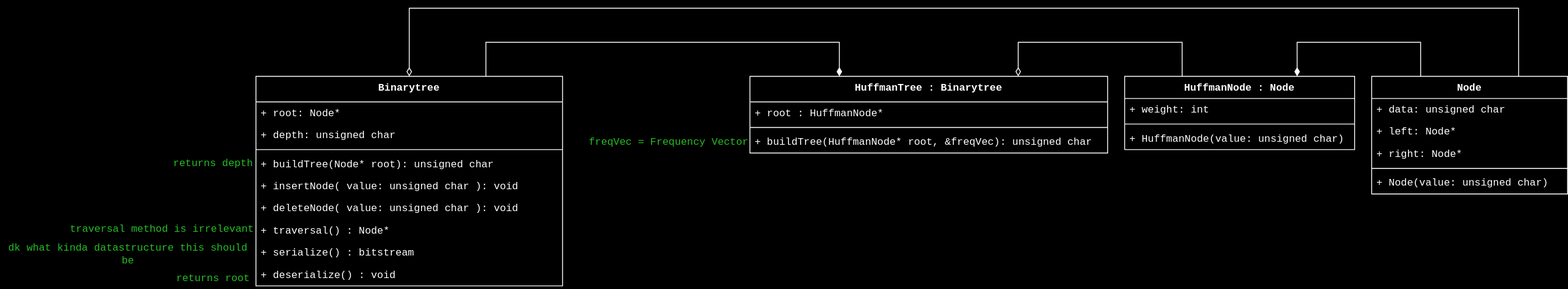
The draw.io diagram documentation/uml1.svg in sodamachinebroke/slidingWindowTutorial, before a commit. Source tidied: cells renumbered, new cells last; positions are measured from the earlier drawing's top-left corner, leaving out a move shared by most shapes.
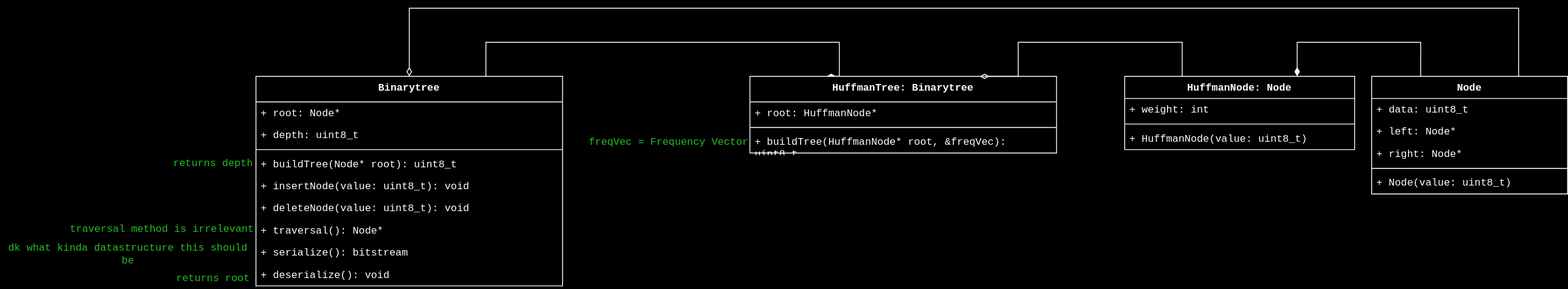
The same file after the commit.

Diff of the diagram source:
```diff
@@ -21,7 +21,7 @@
     <mxCell id="4" value="Node" style="swimlane;fontStyle=1;align=center;verticalAlign=top;horizontal=1;startSize=26;whiteSpace=wrap;html=1;rounded=0;spacingLeft=4;spacingRight=4;fontFamily=Courier New;fontSize=12;" parent="1" vertex="1">
       <mxGeometry x="1610" y="80" width="230" height="138" as="geometry" />
     </mxCell>
-    <mxCell id="5" value="&lt;div&gt;+ data: unsigned char&lt;/div&gt;" style="text;strokeColor=none;fillColor=none;align=left;verticalAlign=top;spacingLeft=4;spacingRight=4;overflow=hidden;whiteSpace=wrap;html=1;fontFamily=Courier New;fontSize=12;fontColor=default;" parent="4" vertex="1">
+    <mxCell id="5" value="&lt;div&gt;+ data: uint8_t&lt;/div&gt;" style="text;strokeColor=none;fillColor=none;align=left;verticalAlign=top;spacingLeft=4;spacingRight=4;overflow=hidden;whiteSpace=wrap;html=1;fontFamily=Courier New;fontSize=12;fontColor=default;" parent="4" vertex="1">
       <mxGeometry y="26" width="230" height="26" as="geometry" />
     </mxCell>
     <mxCell id="6" value="+ left: Node*" style="text;strokeColor=none;fillColor=none;align=left;verticalAlign=top;spacingLeft=4;spacingRight=4;overflow=hidden;whiteSpace=wrap;html=1;fontFamily=Courier New;fontSize=12;fontColor=default;" parent="4" vertex="1">
@@ -33,7 +33,7 @@
     <mxCell id="8" style="line;strokeWidth=1;fillColor=none;align=left;verticalAlign=middle;spacingTop=-1;spacingLeft=3;spacingRight=3;labelPosition=right;strokeColor=inherit;rounded=0;fontFamily=Courier New;fontSize=12;fontColor=default;" parent="4" vertex="1">
       <mxGeometry y="104" width="230" height="8" as="geometry" />
     </mxCell>
-    <mxCell id="9" value="&lt;div&gt;+ Node(value: unsigned char)&lt;/div&gt;" style="text;strokeColor=none;fillColor=none;align=left;verticalAlign=top;spacingLeft=4;spacingRight=4;overflow=hidden;whiteSpace=wrap;html=1;fontFamily=Courier New;fontSize=12;fontColor=default;" parent="4" vertex="1">
+    <mxCell id="9" value="&lt;div&gt;+ Node(value: uint8_t)&lt;/div&gt;" style="text;strokeColor=none;fillColor=none;align=left;verticalAlign=top;spacingLeft=4;spacingRight=4;overflow=hidden;whiteSpace=wrap;html=1;fontFamily=Courier New;fontSize=12;fontColor=default;" parent="4" vertex="1">
       <mxGeometry y="112" width="230" height="26" as="geometry" />
     </mxCell>
     <mxCell id="10" style="edgeStyle=orthogonalEdgeStyle;rounded=0;jettySize=auto;html=1;exitX=0.75;exitY=0;exitDx=0;exitDy=0;entryX=0.25;entryY=0;entryDx=0;entryDy=0;fontFamily=Courier New;fontSize=12;fontColor=default;fontStyle=1;startSize=8;endSize=8;endArrow=diamondThin;endFill=1;" parent="1" edge="1" source="11" target="22">
@@ -50,44 +50,44 @@
     <mxCell id="12" value="&lt;div&gt;+ root: Node*&lt;/div&gt;" style="text;strokeColor=none;fillColor=none;align=left;verticalAlign=top;spacingLeft=4;spacingRight=4;overflow=hidden;whiteSpace=wrap;html=1;fontFamily=Courier New;rounded=0;" parent="11" vertex="1">
       <mxGeometry y="30" width="360" height="26" as="geometry" />
     </mxCell>
-    <mxCell id="13" value="+ depth: unsigned char" style="text;strokeColor=none;fillColor=none;align=left;verticalAlign=top;spacingLeft=4;spacingRight=4;overflow=hidden;whiteSpace=wrap;html=1;fontFamily=Courier New;fontSize=12;fontColor=default;" parent="11" vertex="1">
+    <mxCell id="13" value="+ depth: uint8_t" style="text;strokeColor=none;fillColor=none;align=left;verticalAlign=top;spacingLeft=4;spacingRight=4;overflow=hidden;whiteSpace=wrap;html=1;fontFamily=Courier New;fontSize=12;fontColor=default;" parent="11" vertex="1">
       <mxGeometry y="56" width="360" height="26" as="geometry" />
     </mxCell>
     <mxCell id="14" style="line;strokeWidth=1;fillColor=none;align=left;verticalAlign=middle;spacingTop=-1;spacingLeft=3;spacingRight=3;labelPosition=right;strokeColor=inherit;rounded=0;fontFamily=Courier New;fontSize=12;fontColor=default;" parent="11" vertex="1">
       <mxGeometry y="82" width="360" height="8" as="geometry" />
     </mxCell>
-    <mxCell id="15" value="+ buildTree(Node* root): unsigned char" style="text;strokeColor=none;fillColor=none;align=left;verticalAlign=top;spacingLeft=4;spacingRight=4;overflow=hidden;whiteSpace=wrap;html=1;fontFamily=Courier New;fontSize=12;fontColor=default;" parent="11" vertex="1">
+    <mxCell id="15" value="+ buildTree(Node* root): uint8_t" style="text;strokeColor=none;fillColor=none;align=left;verticalAlign=top;spacingLeft=4;spacingRight=4;overflow=hidden;whiteSpace=wrap;html=1;fontFamily=Courier New;fontSize=12;fontColor=default;" parent="11" vertex="1">
       <mxGeometry y="90" width="360" height="26" as="geometry" />
     </mxCell>
-    <mxCell id="16" value="+ insertNode( value: unsigned char ): void" style="text;strokeColor=none;fillColor=none;align=left;verticalAlign=top;spacingLeft=4;spacingRight=4;overflow=hidden;whiteSpace=wrap;html=1;fontFamily=Courier New;rounded=0;" parent="11" vertex="1">
+    <mxCell id="16" value="+ insertNode(value: uint8_t): void" style="text;strokeColor=none;fillColor=none;align=left;verticalAlign=top;spacingLeft=4;spacingRight=4;overflow=hidden;whiteSpace=wrap;html=1;fontFamily=Courier New;rounded=0;" parent="11" vertex="1">
       <mxGeometry y="116" width="360" height="26" as="geometry" />
     </mxCell>
-    <mxCell id="17" value="&lt;div&gt;+ deleteNode( value: unsigned char ): void  &lt;/div&gt;" style="text;strokeColor=none;fillColor=none;align=left;verticalAlign=top;spacingLeft=4;spacingRight=4;overflow=hidden;whiteSpace=wrap;html=1;fontFamily=Courier New;rounded=0;" parent="11" vertex="1">
+    <mxCell id="17" value="&lt;div&gt;+ deleteNode(value: uint8_t): void  &lt;/div&gt;" style="text;strokeColor=none;fillColor=none;align=left;verticalAlign=top;spacingLeft=4;spacingRight=4;overflow=hidden;whiteSpace=wrap;html=1;fontFamily=Courier New;rounded=0;" parent="11" vertex="1">
       <mxGeometry y="142" width="360" height="26" as="geometry" />
     </mxCell>
-    <mxCell id="18" value="+ traversal() : Node*" style="text;strokeColor=none;fillColor=none;align=left;verticalAlign=top;spacingLeft=4;spacingRight=4;overflow=hidden;whiteSpace=wrap;html=1;fontFamily=Courier New;rounded=0;" parent="11" vertex="1">
+    <mxCell id="18" value="&lt;div&gt;+ traversal(): Node*&lt;/div&gt;" style="text;strokeColor=none;fillColor=none;align=left;verticalAlign=top;spacingLeft=4;spacingRight=4;overflow=hidden;whiteSpace=wrap;html=1;fontFamily=Courier New;rounded=0;" parent="11" vertex="1">
       <mxGeometry y="168" width="360" height="26" as="geometry" />
     </mxCell>
-    <mxCell id="19" value="&lt;div&gt;+ serialize() : bitstream&lt;/div&gt;" style="text;strokeColor=none;fillColor=none;align=left;verticalAlign=top;spacingLeft=4;spacingRight=4;overflow=hidden;whiteSpace=wrap;html=1;fontFamily=Courier New;fontSize=12;fontColor=default;" parent="11" vertex="1">
+    <mxCell id="19" value="&lt;div&gt;+ serialize(): bitstream&lt;/div&gt;" style="text;strokeColor=none;fillColor=none;align=left;verticalAlign=top;spacingLeft=4;spacingRight=4;overflow=hidden;whiteSpace=wrap;html=1;fontFamily=Courier New;fontSize=12;fontColor=default;" parent="11" vertex="1">
       <mxGeometry y="194" width="360" height="26" as="geometry" />
     </mxCell>
-    <mxCell id="20" value="+ deserialize() : void" style="text;strokeColor=none;fillColor=none;align=left;verticalAlign=top;spacingLeft=4;spacingRight=4;overflow=hidden;whiteSpace=wrap;html=1;fontFamily=Courier New;fontSize=12;fontColor=default;" parent="11" vertex="1">
+    <mxCell id="20" value="+ deserialize(): void" style="text;strokeColor=none;fillColor=none;align=left;verticalAlign=top;spacingLeft=4;spacingRight=4;overflow=hidden;whiteSpace=wrap;html=1;fontFamily=Courier New;fontSize=12;fontColor=default;" parent="11" vertex="1">
       <mxGeometry y="220" width="360" height="26" as="geometry" />
     </mxCell>
     <mxCell id="21" value="&lt;div&gt;traversal method is irrelevant&lt;/div&gt;" style="text;html=1;align=center;verticalAlign=middle;whiteSpace=wrap;rounded=0;fontSize=12;fontFamily=Courier New;fontColor=#009900;" parent="1" vertex="1">
       <mxGeometry x="80" y="248" width="220" height="24" as="geometry" />
     </mxCell>
-    <mxCell id="22" value="HuffmanTree : Binarytree" style="swimlane;fontStyle=1;align=center;verticalAlign=top;horizontal=1;startSize=30;whiteSpace=wrap;html=1;fontFamily=Courier New;rounded=0;" parent="1" vertex="1">
-      <mxGeometry x="880" y="80" width="420" height="90" as="geometry" />
+    <mxCell id="22" value="HuffmanTree: Binarytree" style="swimlane;fontStyle=1;align=center;verticalAlign=top;horizontal=1;startSize=30;whiteSpace=wrap;html=1;fontFamily=Courier New;rounded=0;" parent="1" vertex="1">
+      <mxGeometry x="880" y="80" width="360" height="90" as="geometry" />
     </mxCell>
-    <mxCell id="23" value="&lt;div&gt;+ root : HuffmanNode*&lt;/div&gt;" style="text;strokeColor=none;fillColor=none;align=left;verticalAlign=top;spacingLeft=4;spacingRight=4;overflow=hidden;whiteSpace=wrap;html=1;fontFamily=Courier New;rounded=0;" parent="22" vertex="1">
-      <mxGeometry y="30" width="420" height="26" as="geometry" />
+    <mxCell id="23" value="&lt;div&gt;+ root: HuffmanNode*&lt;/div&gt;" style="text;strokeColor=none;fillColor=none;align=left;verticalAlign=top;spacingLeft=4;spacingRight=4;overflow=hidden;whiteSpace=wrap;html=1;fontFamily=Courier New;rounded=0;" parent="22" vertex="1">
+      <mxGeometry y="30" width="360" height="26" as="geometry" />
     </mxCell>
     <mxCell id="24" style="line;strokeWidth=1;fillColor=none;align=left;verticalAlign=middle;spacingTop=-1;spacingLeft=3;spacingRight=3;labelPosition=right;strokeColor=inherit;fontFamily=Courier New;rounded=0;" parent="22" vertex="1">
-      <mxGeometry y="56" width="420" height="8" as="geometry" />
+      <mxGeometry y="56" width="360" height="8" as="geometry" />
     </mxCell>
-    <mxCell id="25" value="+ buildTree(HuffmanNode* root, &amp;amp;freqVec): unsigned char " style="text;strokeColor=none;fillColor=none;align=left;verticalAlign=top;spacingLeft=4;spacingRight=4;overflow=hidden;whiteSpace=wrap;html=1;fontFamily=Courier New;fontSize=12;fontColor=default;" parent="22" vertex="1">
-      <mxGeometry y="64" width="420" height="26" as="geometry" />
+    <mxCell id="25" value="+ buildTree(HuffmanNode* root, &amp;amp;freqVec): uint8_t " style="text;strokeColor=none;fillColor=none;align=left;verticalAlign=top;spacingLeft=4;spacingRight=4;overflow=hidden;whiteSpace=wrap;html=1;fontFamily=Courier New;fontSize=12;fontColor=default;" parent="22" vertex="1">
+      <mxGeometry y="64" width="360" height="26" as="geometry" />
     </mxCell>
     <mxCell id="26" style="edgeStyle=orthogonalEdgeStyle;rounded=0;jettySize=auto;html=1;exitX=0.25;exitY=0;exitDx=0;exitDy=0;entryX=0.75;entryY=0;entryDx=0;entryDy=0;fontFamily=Courier New;fontSize=12;fontColor=default;fontStyle=1;startSize=8;endSize=8;endArrow=diamondThin;endFill=0;" parent="1" edge="1" source="27" target="22">
       <mxGeometry relative="1" as="geometry">
@@ -97,7 +97,7 @@
         </Array>
       </mxGeometry>
     </mxCell>
-    <mxCell id="27" value="HuffmanNode : Node" style="swimlane;fontStyle=1;align=center;verticalAlign=top;horizontal=1;startSize=26;whiteSpace=wrap;html=1;rounded=0;spacingLeft=4;spacingRight=4;fontFamily=Courier New;fontSize=12;" parent="1" vertex="1">
+    <mxCell id="27" value="HuffmanNode: Node" style="swimlane;fontStyle=1;align=center;verticalAlign=top;horizontal=1;startSize=26;whiteSpace=wrap;html=1;rounded=0;spacingLeft=4;spacingRight=4;fontFamily=Courier New;fontSize=12;" parent="1" vertex="1">
       <mxGeometry x="1320" y="80" width="270" height="86" as="geometry" />
     </mxCell>
     <mxCell id="28" value="+ weight: int" style="text;strokeColor=none;fillColor=none;align=left;verticalAlign=top;spacingLeft=4;spacingRight=4;overflow=hidden;whiteSpace=wrap;html=1;fontFamily=Courier New;fontSize=12;fontColor=default;fontStyle=0;horizontal=1;" parent="27" vertex="1">
@@ -106,7 +106,7 @@
     <mxCell id="29" style="line;strokeWidth=1;fillColor=none;align=left;verticalAlign=middle;spacingTop=-1;spacingLeft=3;spacingRight=3;labelPosition=right;strokeColor=inherit;rounded=0;fontFamily=Courier New;fontSize=12;fontColor=default;" parent="27" vertex="1">
       <mxGeometry y="52" width="270" height="8" as="geometry" />
     </mxCell>
-    <mxCell id="30" value="&lt;div&gt;+ HuffmanNode(value: unsigned char)&lt;/div&gt;" style="text;strokeColor=none;fillColor=none;align=left;verticalAlign=top;spacingLeft=4;spacingRight=4;overflow=hidden;whiteSpace=wrap;html=1;fontFamily=Courier New;fontSize=12;fontColor=default;" parent="27" vertex="1">
+    <mxCell id="30" value="&lt;div&gt;+ HuffmanNode(value: uint8_t)&lt;/div&gt;" style="text;strokeColor=none;fillColor=none;align=left;verticalAlign=top;spacingLeft=4;spacingRight=4;overflow=hidden;whiteSpace=wrap;html=1;fontFamily=Courier New;fontSize=12;fontColor=default;" parent="27" vertex="1">
       <mxGeometry y="60" width="270" height="26" as="geometry" />
     </mxCell>
     <mxCell id="31" value="freqVec = Frequency Vector" style="text;html=1;align=center;verticalAlign=middle;whiteSpace=wrap;rounded=0;fontSize=12;fontFamily=Courier New;strokeColor=none;fontColor=#009900;" parent="1" vertex="1">
```
